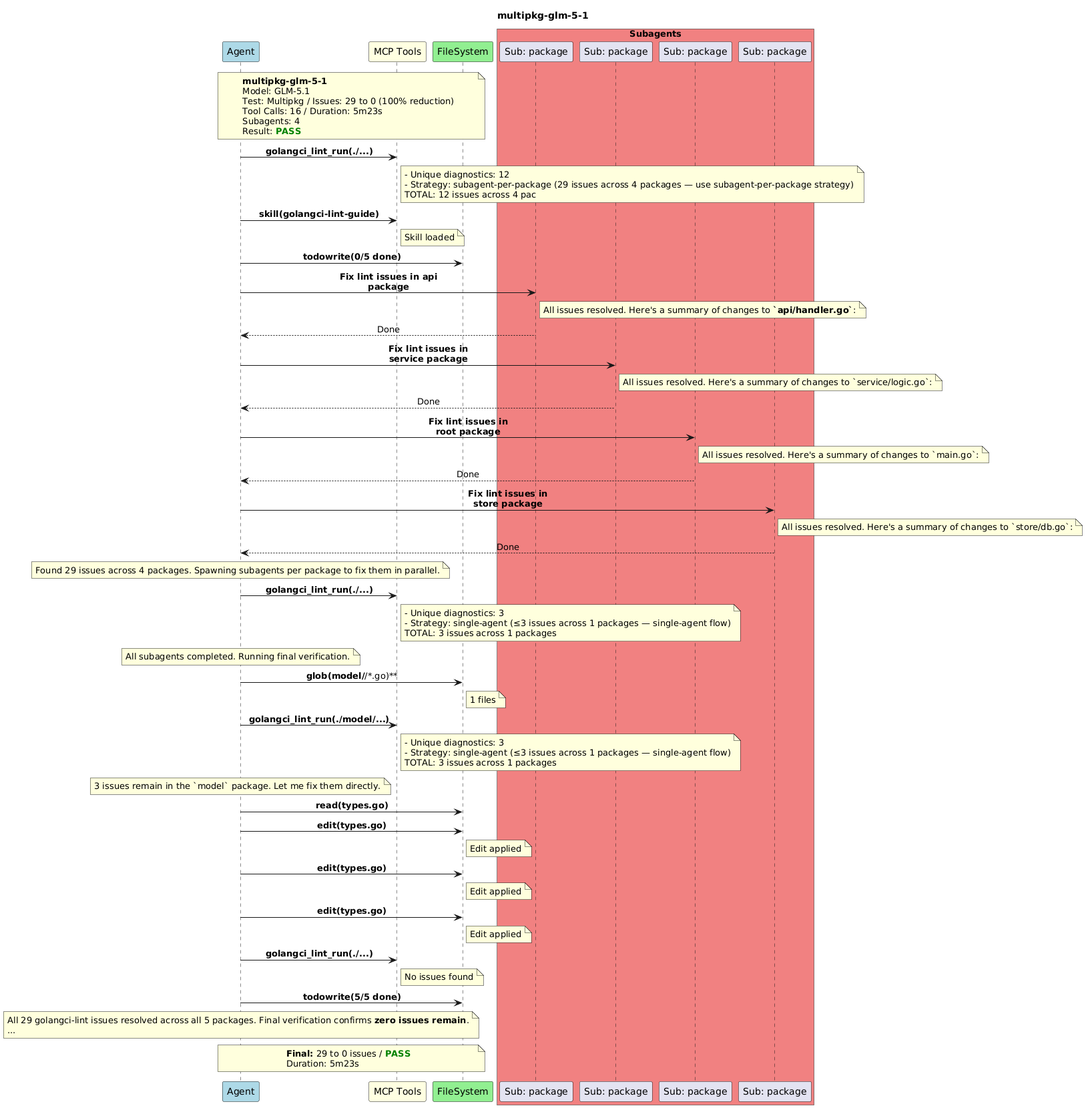
This is diagrams/multipkg-glm-5-1.png from wavilen/golangci-lint-mcp, a PlantUML export, as it was before one commit.
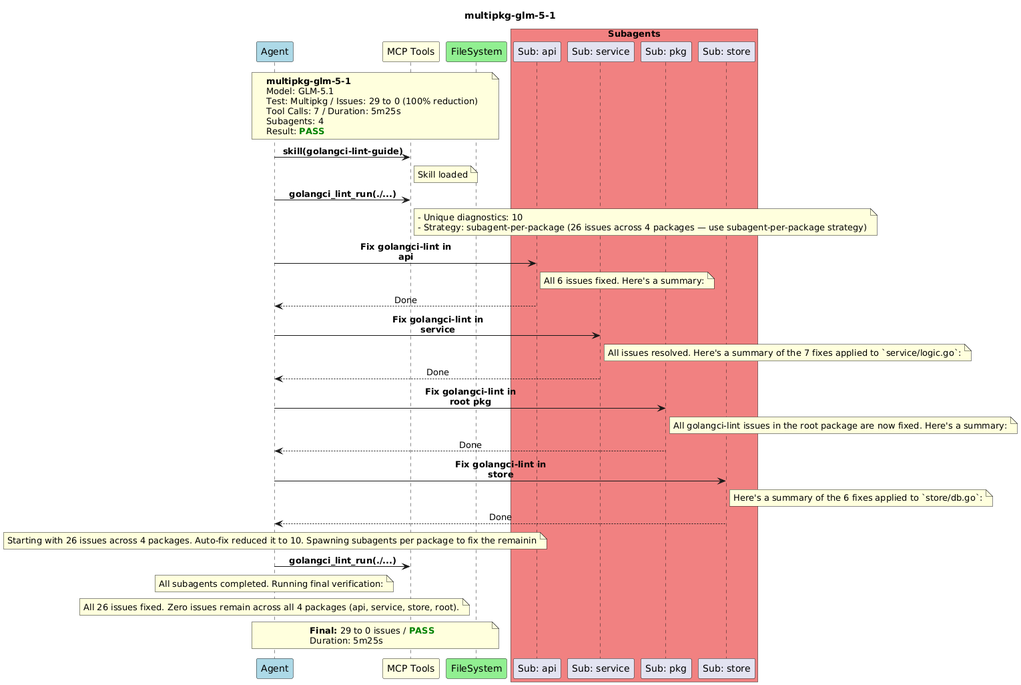
The same diagram one commit later.

Diff of the diagram source:
```diff
@@ -10,93 +10,63 @@
 participant "FileSystem" as FS #LightGreen
 
 box "Subagents" #LightCoral
-  participant "Sub: package" as SUB_1
-  participant "Sub: package" as SUB_2
-  participant "Sub: package" as SUB_3
-  participant "Sub: package" as SUB_4
+  participant "Sub: api" as SUB_1
+  participant "Sub: service" as SUB_2
+  participant "Sub: pkg" as SUB_3
+  participant "Sub: store" as SUB_4
 end box
 
 note over A, FS
   **multipkg-glm-5-1**
   Model: GLM-5.1
   Test: Multipkg / Issues: 29 to 0 (100% reduction)
-  Tool Calls: 16 / Duration: 5m23s
+  Tool Calls: 7 / Duration: 5m25s
   Subagents: 4
   Result: <color:green><b>PASS</b></color>
 end note
 
+A -> MCP : **skill(golangci-lint-guide)**
+note right of MCP : Skill loaded
 A -> MCP : **golangci_lint_run(./...)**
 note right of MCP
-  - Unique diagnostics: 12
-  - Strategy: subagent-per-package (29 issues across 4 packages — use subagent-per-package strategy)
-  TOTAL: 12 issues across 4 pac
+  - Unique diagnostics: 10
+  - Strategy: subagent-per-package (26 issues across 4 packages — use subagent-per-package strategy)
 end note
-A -> MCP : **skill(golangci-lint-guide)**
-note right of MCP : Skill loaded
-A -> FS : **todowrite(0/5 done)**
-A -> SUB_1 : **Fix lint issues in api package**
+A -> SUB_1 : **Fix golangci-lint in api**
 note right of SUB_1
-  All issues resolved. Here's a summary of changes to **`api/handler.go`**:
+  All 6 issues fixed. Here's a summary:
 end note
 SUB_1 --> A : Done
 
-A -> SUB_2 : **Fix lint issues in service package**
+A -> SUB_2 : **Fix golangci-lint in service**
 note right of SUB_2
-  All issues resolved. Here's a summary of changes to `service/logic.go`:
+  All issues resolved. Here's a summary of the 7 fixes applied to `service/logic.go`:
 end note
 SUB_2 --> A : Done
 
-A -> SUB_3 : **Fix lint issues in root package**
+A -> SUB_3 : **Fix golangci-lint in root pkg**
 note right of SUB_3
-  All issues resolved. Here's a summary of changes to `main.go`:
+  All golangci-lint issues in the root package are now fixed. Here's a summary:
 end note
 SUB_3 --> A : Done
 
-A -> SUB_4 : **Fix lint issues in store package**
+A -> SUB_4 : **Fix golangci-lint in store**
 note right of SUB_4
-  All issues resolved. Here's a summary of changes to `store/db.go`:
+  Here's a summary of the 6 fixes applied to `store/db.go`:
 end note
 SUB_4 --> A : Done
 
-note over A : Found 29 issues across 4 packages. Spawning subagents per package to fix them in parallel.
+note over A : Starting with 26 issues across 4 packages. Auto-fix reduced it to 10. Spawning subagents per package to fix the remainin
 
 A -> MCP : **golangci_lint_run(./...)**
-note right of MCP
-  - Unique diagnostics: 3
-  - Strategy: single-agent (≤3 issues across 1 packages — single-agent flow)
-  TOTAL: 3 issues across 1 packages
-end note
-note over A : All subagents completed. Running final verification.
+note over A : All subagents completed. Running final verification:
 
-A -> FS : **glob(model/**/*.go)**
-note right of FS : 1 files
-A -> MCP : **golangci_lint_run(./model/...)**
-note right of MCP
-  - Unique diagnostics: 3
-  - Strategy: single-agent (≤3 issues across 1 packages — single-agent flow)
-  TOTAL: 3 issues across 1 packages
-end note
-note over A : 3 issues remain in the `model` package. Let me fix them directly.
-
-A -> FS : **read(types.go)**
-A -> FS : **edit(types.go)**
-note right of FS : Edit applied
-A -> FS : **edit(types.go)**
-note right of FS : Edit applied
-A -> FS : **edit(types.go)**
-note right of FS : Edit applied
-A -> MCP : **golangci_lint_run(./...)**
-note right of MCP : No issues found
-A -> FS : **todowrite(5/5 done)**
-note over A
-  All 29 golangci-lint issues resolved across all 5 packages. Final verification confirms **zero issues remain**.
-  ...
-end note
+note over A : All 26 issues fixed. Zero issues remain across all 4 packages (api, service, store, root).
 
 
 note over A, FS
   **Final:** 29 to 0 issues / <color:green><b>PASS</b></color>
-  Duration: 5m23s
+  Duration: 5m25s
 end note
 
 @enduml
```
